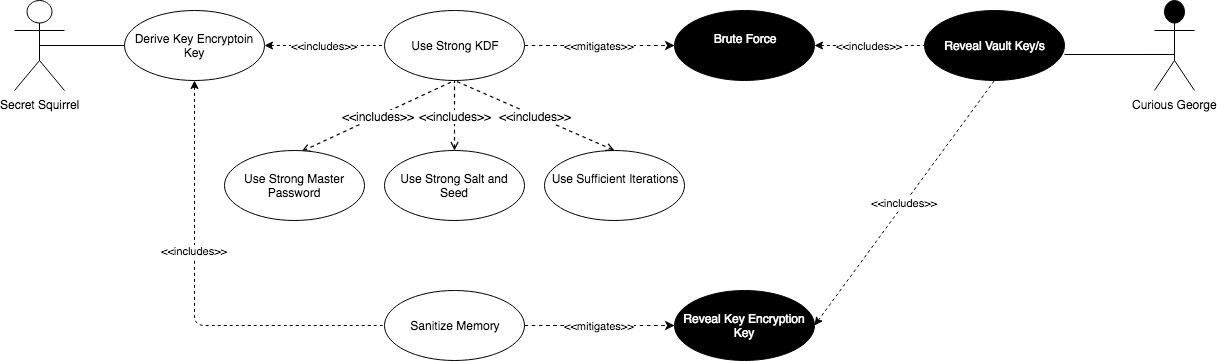
This is Images/Use Cases-Key Encryption Key.png from sdfrench/CYBR8420-GotRoot, a draw.io export, as it was before one commit. Source tidied: cells renumbered, new cells last; positions are measured from the earlier drawing's top-left corner, leaving out a move shared by most shapes.
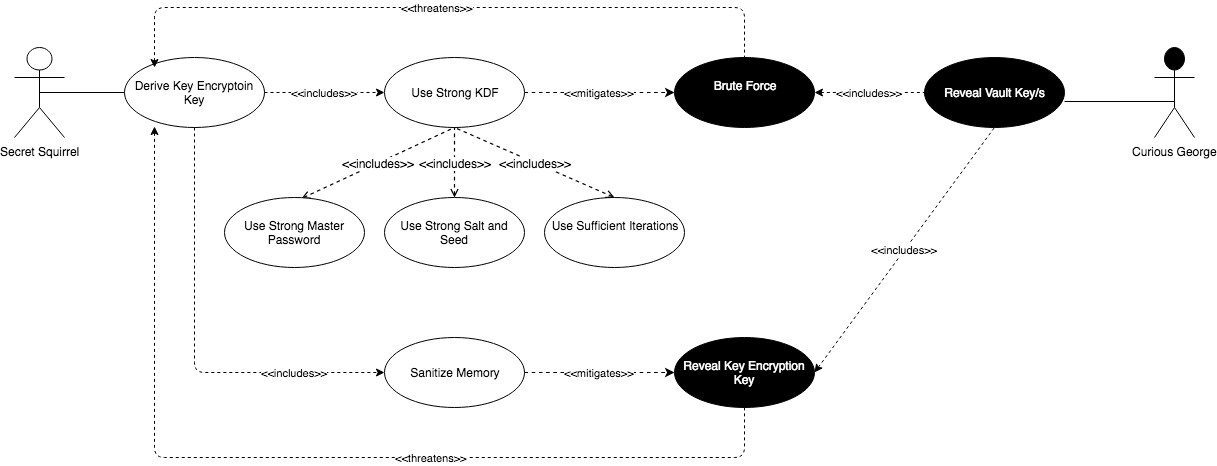
The same file after the commit.

Diff of the diagram source:
```diff
@@ -20,7 +20,7 @@
     <mxCell id="7" value="&amp;lt;&amp;lt;mitigates&amp;gt;&amp;gt;" style="html=1;jettySize=18;fontSize=11;strokeOpacity=100;dashed=1;strokeWidth=1.2;rounded=1;arcSize=10;startArrow=none;endArrow=classic;entryX=0;entryY=0.5;entryDx=0;entryDy=0;endFill=1;startFill=0;exitX=1;exitY=0.5;exitDx=0;exitDy=0;" parent="1" edge="1" source="9" target="12">
       <mxGeometry relative="1" as="geometry" />
     </mxCell>
-    <mxCell id="8" value="&amp;lt;&amp;lt;includes&amp;gt;&amp;gt;" style="edgeStyle=none;rounded=1;jettySize=auto;html=1;dashed=1;startArrow=classic;startFill=1;endArrow=none;endFill=0;fontColor=#000000;exitX=1;exitY=0.5;exitDx=0;exitDy=0;entryX=0;entryY=0.5;entryDx=0;entryDy=0;" parent="1" edge="1" source="2" target="9">
+    <mxCell id="8" value="&amp;lt;&amp;lt;includes&amp;gt;&amp;gt;" style="edgeStyle=none;rounded=1;jettySize=auto;html=1;dashed=1;startArrow=none;startFill=0;endArrow=classic;endFill=1;fontColor=#000000;exitX=1;exitY=0.5;exitDx=0;exitDy=0;entryX=0;entryY=0.5;entryDx=0;entryDy=0;" parent="1" edge="1" source="2" target="9">
       <mxGeometry relative="1" as="geometry" />
     </mxCell>
     <mxCell id="9" value="Use Strong KDF" style="ellipse;whiteSpace=wrap;html=1;" parent="1" vertex="1">
@@ -76,8 +76,25 @@
     <mxCell id="25" value="&amp;lt;&amp;lt;includes&amp;gt;&amp;gt;" style="edgeStyle=none;rounded=1;jettySize=auto;html=1;dashed=1;startArrow=classic;startFill=1;endArrow=none;endFill=0;fontColor=#000000;entryX=0.5;entryY=1;entryDx=0;entryDy=0;exitX=1;exitY=0.5;exitDx=0;exitDy=0;" parent="1" edge="1" source="14" target="13">
       <mxGeometry relative="1" as="geometry" />
     </mxCell>
-    <mxCell id="26" value="&amp;lt;&amp;lt;includes&amp;gt;&amp;gt;" style="edgeStyle=orthogonalEdgeStyle;rounded=1;jettySize=auto;html=1;dashed=1;startArrow=classic;startFill=1;endArrow=none;endFill=0;fontColor=#000000;exitX=0.5;exitY=1;exitDx=0;exitDy=0;entryX=0;entryY=0.5;entryDx=0;entryDy=0;" parent="1" edge="1" source="2" target="10">
-      <mxGeometry x="-0.22" relative="1" as="geometry" />
+    <mxCell id="26" value="&amp;lt;&amp;lt;includes&amp;gt;&amp;gt;" style="edgeStyle=orthogonalEdgeStyle;rounded=1;jettySize=auto;html=1;dashed=1;startArrow=none;startFill=0;endArrow=classic;endFill=1;fontColor=#000000;exitX=0.5;exitY=1;exitDx=0;exitDy=0;entryX=0;entryY=0.5;entryDx=0;entryDy=0;" parent="1" edge="1" source="2" target="10">
+      <mxGeometry x="0.59" relative="1" as="geometry" />
     </mxCell>
+    <mxCell id="27" value="&amp;lt;&amp;lt;threatens&amp;gt;&amp;gt;" style="edgeStyle=orthogonalEdgeStyle;rounded=1;jettySize=auto;html=1;dashed=1;startArrow=classic;startFill=1;endArrow=none;endFill=0;fontColor=#000000;entryX=0.5;entryY=0;entryDx=0;entryDy=0;exitX=0.214;exitY=0.143;exitDx=0;exitDy=0;exitPerimeter=0;" parent="1" edge="1" source="2" target="12">
+      <mxGeometry x="-0.02" relative="1" as="geometry">
+        <Array as="points">
+          <mxPoint x="140" y="-40" />
+          <mxPoint x="730" y="-40" />
+        </Array>
+      </mxGeometry>
+    </mxCell>
+    <mxCell id="28" value="&amp;lt;&amp;lt;threatens&amp;gt;&amp;gt;" style="edgeStyle=orthogonalEdgeStyle;rounded=1;jettySize=auto;html=1;dashed=1;startArrow=classic;startFill=1;endArrow=none;endFill=0;fontColor=#000000;entryX=0.5;entryY=1;entryDx=0;entryDy=0;" parent="1" edge="1" target="14">
+      <mxGeometry x="0.25" relative="1" as="geometry">
+        <mxPoint x="140" y="79" as="sourcePoint" />
+        <Array as="points">
+          <mxPoint x="140" y="410" />
+          <mxPoint x="730" y="410" />
+        </Array>
+      </mxGeometry>
+    </mxCell>
   </root>
 </mxGraphModel>
```
